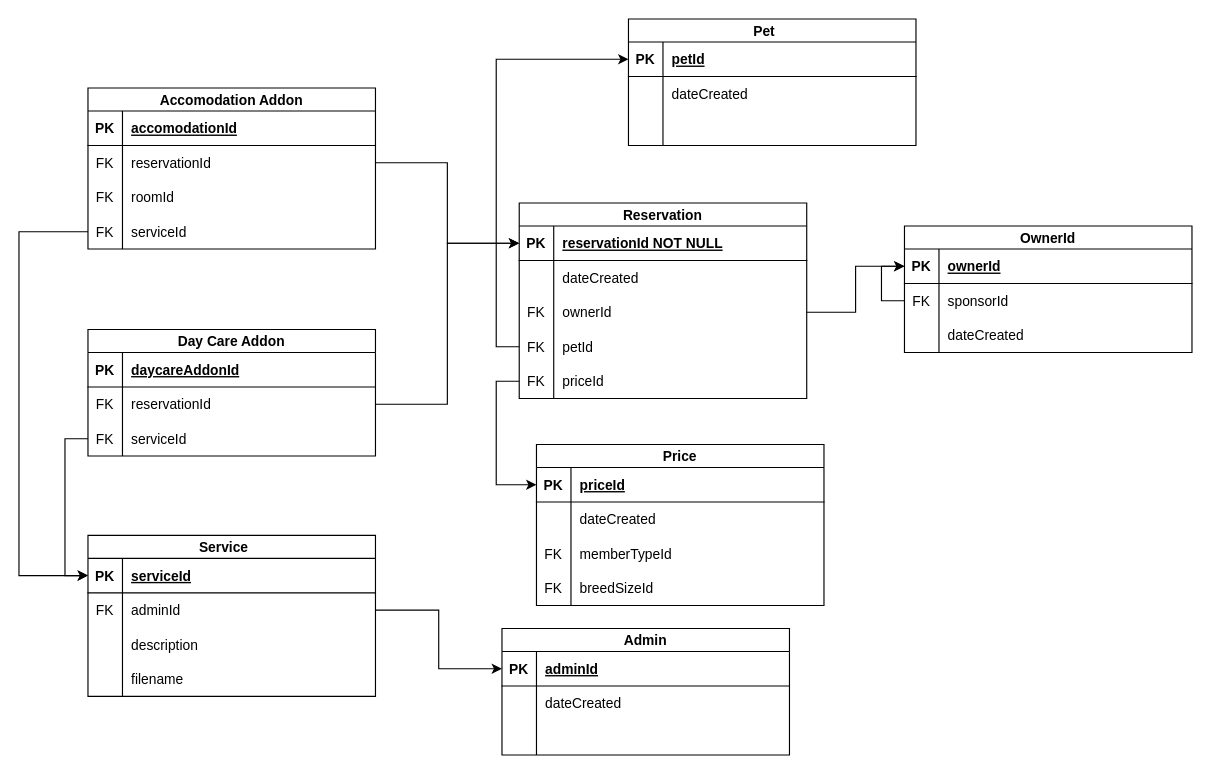
mccndcg/erds keeps this draw.io diagram as Untitled Diagram.drawio. Above is the earlier version. Source tidied: cells renumbered, new cells numbered last; positions are measured from the earlier drawing's top-left corner, leaving out a move shared by most shapes. Both pictures are drawn from the tidied source at 115%, with x=0, y=0 at pixel (18, 18).
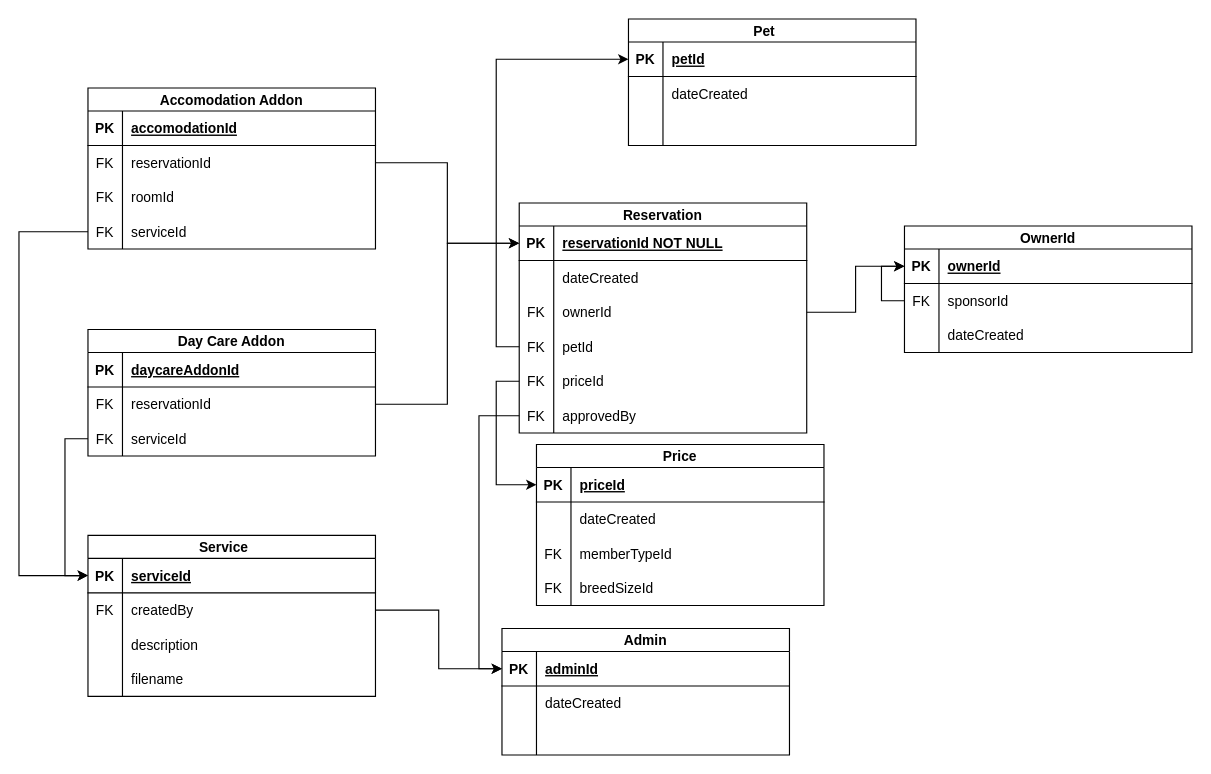
Above is the later version.

Unchanged cells that the change refers to:
```xml
<mxCell id="44" style="shape=partialRectangle;fillColor=none;points=[[0,0.5],[1,0.5]];portConstraint=eastwest;top=0;left=0;right=0;bottom=1;" parent="43" vertex="1">
  <mxGeometry y="20" width="250" height="30" as="geometry" />
</mxCell>
<mxCell id="57" style="shape=partialRectangle;fillColor=none;points=[[0,0.5],[1,0.5]];portConstraint=eastwest;top=0;left=0;right=0;bottom=0;" parent="53" vertex="1">
  <mxGeometry y="50" width="250" height="30" as="geometry" />
</mxCell>
```

The edit, as a diff of the source:
```diff
@@
     <mxCell id="2" value="Reservation" style="shape=table;startSize=20;childLayout=tableLayout;rowLines=0;fontStyle=1;align=center;" parent="1" vertex="1">
-      <mxGeometry x="435" y="160" width="250" height="170" as="geometry" />
+      <mxGeometry x="435" y="160" width="250" height="200" as="geometry" />
     </mxCell>
@@
+    <mxCell id="106" style="shape=partialRectangle;fillColor=none;points=[[0,0.5],[1,0.5]];portConstraint=eastwest;top=0;left=0;right=0;bottom=0;" parent="2" vertex="1">
+      <mxGeometry y="170" width="250" height="30" as="geometry" />
+    </mxCell>
+    <mxCell id="107" value="FK" style="shape=partialRectangle;overflow=hidden;fillColor=none;top=0;left=0;bottom=0;right=0;" parent="106" vertex="1">
+      <mxGeometry width="30" height="30" as="geometry" />
+    </mxCell>
+    <mxCell id="108" value="approvedBy" style="shape=partialRectangle;overflow=hidden;fillColor=none;top=0;left=0;bottom=0;right=0;align=left;spacingLeft=6;" parent="106" vertex="1">
+      <mxGeometry x="30" width="220" height="30" as="geometry" />
+    </mxCell>
@@
-    <mxCell id="59" value="adminId" style="shape=partialRectangle;overflow=hidden;fillColor=none;top=0;left=0;bottom=0;right=0;align=left;spacingLeft=6;" parent="57" vertex="1">
+    <mxCell id="59" value="createdBy" style="shape=partialRectangle;overflow=hidden;fillColor=none;top=0;left=0;bottom=0;right=0;align=left;spacingLeft=6;" parent="57" vertex="1">
       <mxGeometry x="30" width="220" height="30" as="geometry" />
     </mxCell>
@@
+    <mxCell id="109" style="edgeStyle=orthogonalEdgeStyle;rounded=0;jettySize=auto;html=1;exitX=0;exitY=0.5;exitDx=0;exitDy=0;entryX=0;entryY=0.5;entryDx=0;entryDy=0;" parent="1" edge="1" source="106" target="44">
+      <mxGeometry relative="1" as="geometry" />
+    </mxCell>
```
